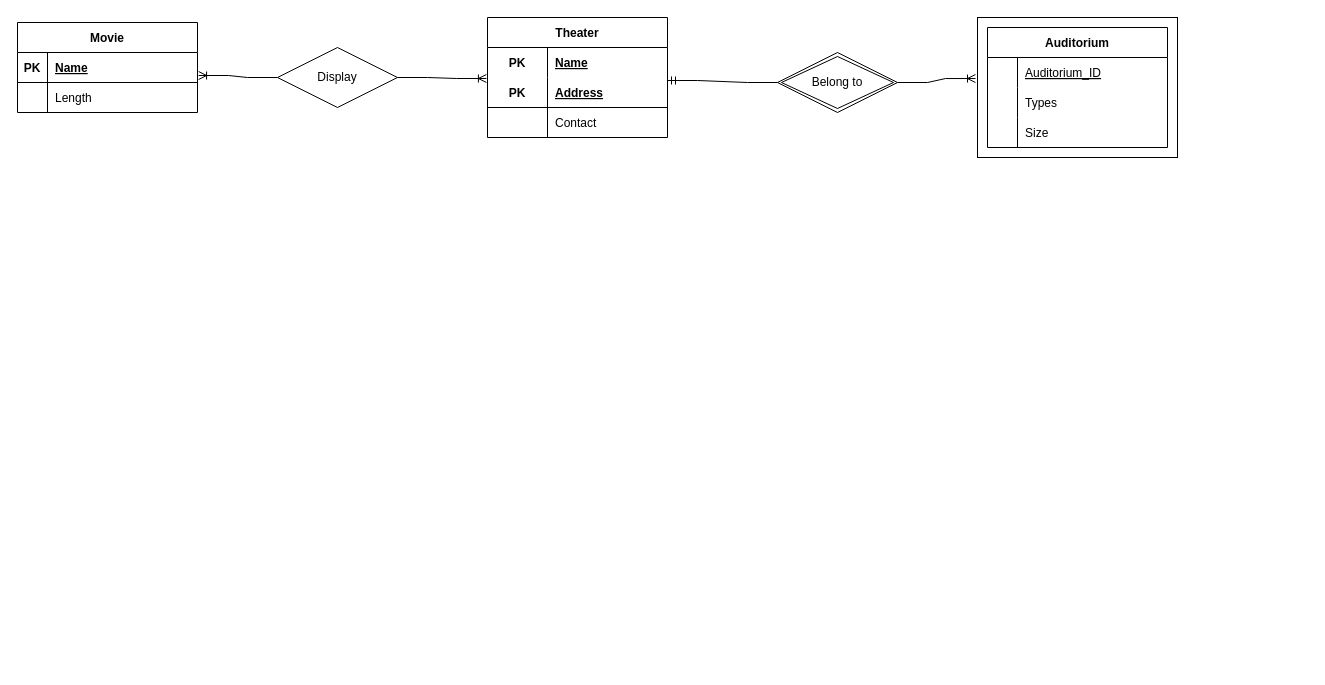
MooMooHorse/MATH221 keeps this draw.io diagram as problem2.drawio. Above is the earlier version. Source tidied: cells renumbered, new cells numbered last; positions are measured from the earlier drawing's top-left corner, leaving out a move shared by most shapes. Both pictures are drawn from the tidied source at 100%, with x=0, y=0 at pixel (17, 17).
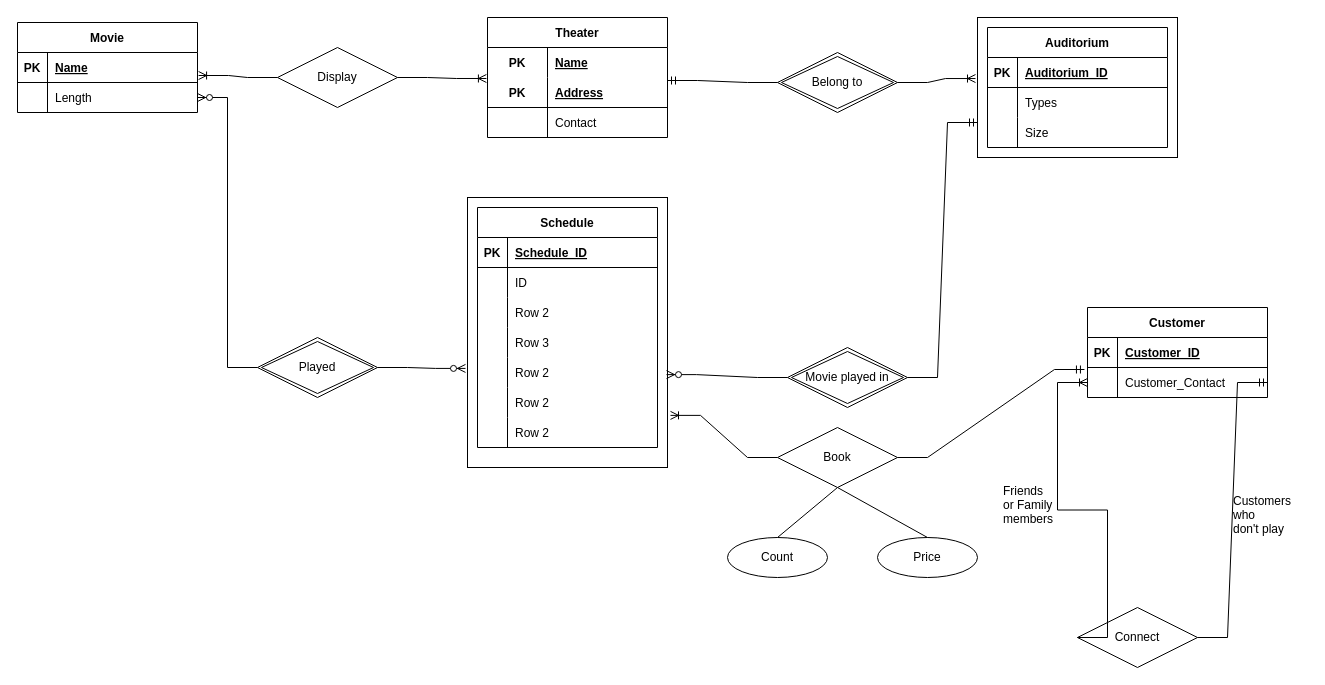
After the change.

The change refers to these unchanged cells:
```xml
<mxCell id="2" style="rounded=0;whiteSpace=wrap;html=1;" parent="1" vertex="1">
  <mxGeometry x="960" width="200" height="140" as="geometry" />
</mxCell>
<mxCell id="18" style="shape=tableRow;horizontal=0;startSize=0;swimlaneHead=0;swimlaneBody=0;fillColor=none;points=[[0,0.5],[1,0.5]];portConstraint=eastwest;top=0;left=0;right=0;bottom=0;" parent="14" vertex="1">
  <mxGeometry y="60" width="180" height="30" as="geometry" />
</mxCell>
```

Diff of the diagram source:
```diff
@@
+    <mxCell id="36" style="rounded=0;whiteSpace=wrap;html=1;" parent="1" vertex="1">
+      <mxGeometry x="450" y="180" width="200" height="270" as="geometry" />
+    </mxCell>
@@
-    <mxCell id="3" value="Auditorium" style="shape=table;startSize=30;childLayout=tableLayout;rowLines=0;fontStyle=1;align=center;" parent="1" vertex="1">
-      <mxGeometry x="970" y="10" width="180" height="120" as="geometry" />
-    </mxCell>
-    <mxCell id="4" style="shape=tableRow;horizontal=0;startSize=0;swimlaneHead=0;swimlaneBody=0;fillColor=none;top=0;left=0;right=0;bottom=0;" parent="3" vertex="1">
-      <mxGeometry y="30" width="180" height="30" as="geometry" />
-    </mxCell>
-    <mxCell id="5" style="shape=partialRectangle;fillColor=none;top=0;left=0;bottom=0;right=0;overflow=hidden;" parent="4" vertex="1">
-      <mxGeometry width="30" height="30" as="geometry" />
-    </mxCell>
-    <mxCell id="6" value="Auditorium_ID" style="shape=partialRectangle;fillColor=none;top=0;left=0;bottom=0;right=0;align=left;spacingLeft=6;overflow=hidden;fontStyle=4;" parent="4" vertex="1">
-      <mxGeometry x="30" width="150" height="30" as="geometry" />
-    </mxCell>
-    <mxCell id="7" style="shape=tableRow;horizontal=0;startSize=0;swimlaneHead=0;swimlaneBody=0;fillColor=none;top=0;left=0;right=0;bottom=0;" parent="3" vertex="1">
-      <mxGeometry y="60" width="180" height="30" as="geometry" />
-    </mxCell>
-    <mxCell id="8" style="shape=partialRectangle;fillColor=none;top=0;left=0;bottom=0;right=0;overflow=hidden;" parent="7" vertex="1">
-      <mxGeometry width="30" height="30" as="geometry" />
-    </mxCell>
-    <mxCell id="9" value="Types" style="shape=partialRectangle;fillColor=none;top=0;left=0;bottom=0;right=0;align=left;spacingLeft=6;overflow=hidden;" parent="7" vertex="1">
-      <mxGeometry x="30" width="150" height="30" as="geometry" />
-    </mxCell>
-    <mxCell id="10" style="shape=tableRow;horizontal=0;startSize=0;swimlaneHead=0;swimlaneBody=0;fillColor=none;top=0;left=0;right=0;bottom=0;" parent="3" vertex="1">
-      <mxGeometry y="90" width="180" height="30" as="geometry" />
-    </mxCell>
-    <mxCell id="11" style="shape=partialRectangle;fillColor=none;top=0;left=0;bottom=0;right=0;overflow=hidden;" parent="10" vertex="1">
-      <mxGeometry width="30" height="30" as="geometry" />
-    </mxCell>
-    <mxCell id="12" value="Size" style="shape=partialRectangle;fillColor=none;top=0;left=0;bottom=0;right=0;align=left;spacingLeft=6;overflow=hidden;" parent="10" vertex="1">
-      <mxGeometry x="30" width="150" height="30" as="geometry" />
-    </mxCell>
@@
+    <mxCell id="37" value="Schedule" style="shape=table;startSize=30;childLayout=tableLayout;rowLines=0;fontStyle=1;align=center;" parent="1" vertex="1">
+      <mxGeometry x="460" y="190" width="180" height="240" as="geometry" />
+    </mxCell>
+    <mxCell id="38" style="shape=tableRow;horizontal=0;startSize=0;swimlaneHead=0;swimlaneBody=0;fillColor=none;top=0;left=0;right=0;bottom=1;" parent="37" vertex="1">
+      <mxGeometry y="30" width="180" height="30" as="geometry" />
+    </mxCell>
+    <mxCell id="39" value="PK" style="shape=partialRectangle;fillColor=none;top=0;left=0;bottom=0;right=0;fontStyle=1;overflow=hidden;" parent="38" vertex="1">
+      <mxGeometry width="30" height="30" as="geometry" />
+    </mxCell>
+    <mxCell id="40" value="Schedule_ID" style="shape=partialRectangle;fillColor=none;top=0;left=0;bottom=0;right=0;align=left;spacingLeft=6;fontStyle=5;overflow=hidden;" parent="38" vertex="1">
+      <mxGeometry x="30" width="150" height="30" as="geometry" />
+    </mxCell>
+    <mxCell id="41" style="shape=tableRow;horizontal=0;startSize=0;swimlaneHead=0;swimlaneBody=0;fillColor=none;top=0;left=0;right=0;bottom=0;" parent="37" vertex="1">
+      <mxGeometry y="60" width="180" height="30" as="geometry" />
+    </mxCell>
+    <mxCell id="42" style="shape=partialRectangle;fillColor=none;top=0;left=0;bottom=0;right=0;overflow=hidden;" parent="41" vertex="1">
+      <mxGeometry width="30" height="30" as="geometry" />
+    </mxCell>
+    <mxCell id="43" value="ID" style="shape=partialRectangle;fillColor=none;top=0;left=0;bottom=0;right=0;align=left;spacingLeft=6;overflow=hidden;" parent="41" vertex="1">
+      <mxGeometry x="30" width="150" height="30" as="geometry" />
+    </mxCell>
+    <mxCell id="44" style="shape=tableRow;horizontal=0;startSize=0;swimlaneHead=0;swimlaneBody=0;fillColor=none;top=0;left=0;right=0;bottom=0;" parent="37" vertex="1">
+      <mxGeometry y="90" width="180" height="30" as="geometry" />
+    </mxCell>
+    <mxCell id="45" style="shape=partialRectangle;fillColor=none;top=0;left=0;bottom=0;right=0;overflow=hidden;" parent="44" vertex="1">
+      <mxGeometry width="30" height="30" as="geometry" />
+    </mxCell>
+    <mxCell id="46" value="Row 2" style="shape=partialRectangle;fillColor=none;top=0;left=0;bottom=0;right=0;align=left;spacingLeft=6;overflow=hidden;" parent="44" vertex="1">
+      <mxGeometry x="30" width="150" height="30" as="geometry" />
+    </mxCell>
+    <mxCell id="47" style="shape=tableRow;horizontal=0;startSize=0;swimlaneHead=0;swimlaneBody=0;fillColor=none;top=0;left=0;right=0;bottom=0;" parent="37" vertex="1">
+      <mxGeometry y="120" width="180" height="30" as="geometry" />
+    </mxCell>
+    <mxCell id="48" style="shape=partialRectangle;fillColor=none;top=0;left=0;bottom=0;right=0;overflow=hidden;" parent="47" vertex="1">
+      <mxGeometry width="30" height="30" as="geometry" />
+    </mxCell>
+    <mxCell id="49" value="Row 3" style="shape=partialRectangle;fillColor=none;top=0;left=0;bottom=0;right=0;align=left;spacingLeft=6;overflow=hidden;" parent="47" vertex="1">
+      <mxGeometry x="30" width="150" height="30" as="geometry" />
+    </mxCell>
+    <mxCell id="50" style="shape=tableRow;horizontal=0;startSize=0;swimlaneHead=0;swimlaneBody=0;fillColor=none;top=0;left=0;right=0;bottom=0;" parent="37" vertex="1">
+      <mxGeometry y="150" width="180" height="30" as="geometry" />
+    </mxCell>
+    <mxCell id="51" style="shape=partialRectangle;fillColor=none;top=0;left=0;bottom=0;right=0;overflow=hidden;" parent="50" vertex="1">
+      <mxGeometry width="30" height="30" as="geometry" />
+    </mxCell>
+    <mxCell id="52" value="Row 2" style="shape=partialRectangle;fillColor=none;top=0;left=0;bottom=0;right=0;align=left;spacingLeft=6;overflow=hidden;" parent="50" vertex="1">
+      <mxGeometry x="30" width="150" height="30" as="geometry" />
+    </mxCell>
+    <mxCell id="53" style="shape=tableRow;horizontal=0;startSize=0;swimlaneHead=0;swimlaneBody=0;fillColor=none;top=0;left=0;right=0;bottom=0;" parent="37" vertex="1">
+      <mxGeometry y="180" width="180" height="30" as="geometry" />
+    </mxCell>
+    <mxCell id="54" style="shape=partialRectangle;fillColor=none;top=0;left=0;bottom=0;right=0;overflow=hidden;" parent="53" vertex="1">
+      <mxGeometry width="30" height="30" as="geometry" />
+    </mxCell>
+    <mxCell id="55" value="Row 2" style="shape=partialRectangle;fillColor=none;top=0;left=0;bottom=0;right=0;align=left;spacingLeft=6;overflow=hidden;" parent="53" vertex="1">
+      <mxGeometry x="30" width="150" height="30" as="geometry" />
+    </mxCell>
+    <mxCell id="56" style="shape=tableRow;horizontal=0;startSize=0;swimlaneHead=0;swimlaneBody=0;fillColor=none;top=0;left=0;right=0;bottom=0;" parent="37" vertex="1">
+      <mxGeometry y="210" width="180" height="30" as="geometry" />
+    </mxCell>
+    <mxCell id="57" style="shape=partialRectangle;fillColor=none;top=0;left=0;bottom=0;right=0;overflow=hidden;" parent="56" vertex="1">
+      <mxGeometry width="30" height="30" as="geometry" />
+    </mxCell>
+    <mxCell id="58" value="Row 2" style="shape=partialRectangle;fillColor=none;top=0;left=0;bottom=0;right=0;align=left;spacingLeft=6;overflow=hidden;" parent="56" vertex="1">
+      <mxGeometry x="30" width="150" height="30" as="geometry" />
+    </mxCell>
+    <mxCell id="3" value="Auditorium" style="shape=table;startSize=30;childLayout=tableLayout;rowLines=0;fontStyle=1;align=center;" parent="1" vertex="1">
+      <mxGeometry x="970" y="10" width="180" height="120" as="geometry" />
+    </mxCell>
+    <mxCell id="59" style="shape=tableRow;horizontal=0;startSize=0;swimlaneHead=0;swimlaneBody=0;fillColor=none;top=0;left=0;right=0;bottom=1;" parent="3" vertex="1">
+      <mxGeometry y="30" width="180" height="30" as="geometry" />
+    </mxCell>
+    <mxCell id="60" value="PK" style="shape=partialRectangle;fillColor=none;top=0;left=0;bottom=0;right=0;fontStyle=1;overflow=hidden;" parent="59" vertex="1">
+      <mxGeometry width="30" height="30" as="geometry" />
+    </mxCell>
+    <mxCell id="6" value="Auditorium_ID" style="shape=partialRectangle;fillColor=none;top=0;left=0;bottom=0;right=0;align=left;spacingLeft=6;fontStyle=5;overflow=hidden;" parent="59" vertex="1">
+      <mxGeometry x="30" width="150" height="30" as="geometry" />
+    </mxCell>
+    <mxCell id="61" style="shape=tableRow;horizontal=0;startSize=0;swimlaneHead=0;swimlaneBody=0;fillColor=none;top=0;left=0;right=0;bottom=0;" parent="3" vertex="1">
+      <mxGeometry y="60" width="180" height="30" as="geometry" />
+    </mxCell>
+    <mxCell id="62" style="shape=partialRectangle;fillColor=none;top=0;left=0;bottom=0;right=0;overflow=hidden;" parent="61" vertex="1">
+      <mxGeometry width="30" height="30" as="geometry" />
+    </mxCell>
+    <mxCell id="9" value="Types" style="shape=partialRectangle;fillColor=none;top=0;left=0;bottom=0;right=0;align=left;spacingLeft=6;overflow=hidden;" parent="61" vertex="1">
+      <mxGeometry x="30" width="150" height="30" as="geometry" />
+    </mxCell>
+    <mxCell id="63" style="shape=tableRow;horizontal=0;startSize=0;swimlaneHead=0;swimlaneBody=0;fillColor=none;top=0;left=0;right=0;bottom=0;" parent="3" vertex="1">
+      <mxGeometry y="90" width="180" height="30" as="geometry" />
+    </mxCell>
+    <mxCell id="64" style="shape=partialRectangle;fillColor=none;top=0;left=0;bottom=0;right=0;overflow=hidden;" parent="63" vertex="1">
+      <mxGeometry width="30" height="30" as="geometry" />
+    </mxCell>
+    <mxCell id="12" value="Size" style="shape=partialRectangle;fillColor=none;top=0;left=0;bottom=0;right=0;align=left;spacingLeft=6;overflow=hidden;" parent="63" vertex="1">
+      <mxGeometry x="30" width="150" height="30" as="geometry" />
+    </mxCell>
+    <mxCell id="65" value="Played" style="shape=rhombus;double=1;perimeter=rhombusPerimeter;whiteSpace=wrap;html=1;align=center;" parent="1" vertex="1">
+      <mxGeometry x="240" y="320" width="120" height="60" as="geometry" />
+    </mxCell>
+    <mxCell id="66" style="edgeStyle=entityRelationEdgeStyle;fontSize=12;html=1;endArrow=ERzeroToMany;endFill=1;rounded=0;exitX=0;exitY=0.5;exitDx=0;exitDy=0;entryX=1;entryY=0.5;entryDx=0;entryDy=0;" parent="1" edge="1" source="65" target="18">
+      <mxGeometry relative="1" as="geometry" />
+    </mxCell>
+    <mxCell id="67" style="edgeStyle=entityRelationEdgeStyle;fontSize=12;html=1;endArrow=ERzeroToMany;endFill=1;rounded=0;exitX=1;exitY=0.5;exitDx=0;exitDy=0;entryX=-0.01;entryY=0.633;entryDx=0;entryDy=0;entryPerimeter=0;" parent="1" edge="1" source="65" target="36">
+      <mxGeometry relative="1" as="geometry" />
+    </mxCell>
+    <mxCell id="68" value="Movie played in" style="shape=rhombus;double=1;perimeter=rhombusPerimeter;whiteSpace=wrap;html=1;align=center;" parent="1" vertex="1">
+      <mxGeometry x="770" y="330" width="120" height="60" as="geometry" />
+    </mxCell>
+    <mxCell id="69" style="edgeStyle=entityRelationEdgeStyle;fontSize=12;html=1;endArrow=ERzeroToMany;endFill=1;rounded=0;exitX=0;exitY=0.5;exitDx=0;exitDy=0;entryX=0.995;entryY=0.656;entryDx=0;entryDy=0;entryPerimeter=0;" parent="1" edge="1" source="68" target="36">
+      <mxGeometry relative="1" as="geometry" />
+    </mxCell>
+    <mxCell id="70" style="edgeStyle=entityRelationEdgeStyle;fontSize=12;html=1;endArrow=ERmandOne;rounded=0;exitX=1;exitY=0.5;exitDx=0;exitDy=0;entryX=0;entryY=0.75;entryDx=0;entryDy=0;" parent="1" edge="1" source="68" target="2">
+      <mxGeometry relative="1" as="geometry" />
+    </mxCell>
+    <mxCell id="71" value="Customer" style="shape=table;startSize=30;childLayout=tableLayout;rowLines=0;fontStyle=1;align=center;" parent="1" vertex="1">
+      <mxGeometry x="1070" y="290" width="180" height="90" as="geometry" />
+    </mxCell>
+    <mxCell id="72" style="shape=tableRow;horizontal=0;startSize=0;swimlaneHead=0;swimlaneBody=0;fillColor=none;top=0;left=0;right=0;bottom=1;" parent="71" vertex="1">
+      <mxGeometry y="30" width="180" height="30" as="geometry" />
+    </mxCell>
+    <mxCell id="73" value="PK" style="shape=partialRectangle;fillColor=none;top=0;left=0;bottom=0;right=0;fontStyle=1;overflow=hidden;" parent="72" vertex="1">
+      <mxGeometry width="30" height="30" as="geometry" />
+    </mxCell>
+    <mxCell id="74" value="Customer_ID" style="shape=partialRectangle;fillColor=none;top=0;left=0;bottom=0;right=0;align=left;spacingLeft=6;fontStyle=5;overflow=hidden;" parent="72" vertex="1">
+      <mxGeometry x="30" width="150" height="30" as="geometry" />
+    </mxCell>
+    <mxCell id="75" style="shape=tableRow;horizontal=0;startSize=0;swimlaneHead=0;swimlaneBody=0;fillColor=none;points=[[0,0.5],[1,0.5]];portConstraint=eastwest;top=0;left=0;right=0;bottom=0;" parent="71" vertex="1">
+      <mxGeometry y="60" width="180" height="30" as="geometry" />
+    </mxCell>
+    <mxCell id="76" style="shape=partialRectangle;fillColor=none;top=0;left=0;bottom=0;right=0;overflow=hidden;" parent="75" vertex="1">
+      <mxGeometry width="30" height="30" as="geometry" />
+    </mxCell>
+    <mxCell id="77" value="Customer_Contact" style="shape=partialRectangle;fillColor=none;top=0;left=0;bottom=0;right=0;align=left;spacingLeft=6;overflow=hidden;" parent="75" vertex="1">
+      <mxGeometry x="30" width="150" height="30" as="geometry" />
+    </mxCell>
+    <mxCell id="78" value="Book" style="shape=rhombus;perimeter=rhombusPerimeter;whiteSpace=wrap;html=1;align=center;" parent="1" vertex="1">
+      <mxGeometry x="760" y="410" width="120" height="60" as="geometry" />
+    </mxCell>
+    <mxCell id="79" style="edgeStyle=entityRelationEdgeStyle;fontSize=12;html=1;endArrow=ERoneToMany;rounded=0;exitX=0;exitY=0.5;exitDx=0;exitDy=0;entryX=1.015;entryY=0.807;entryDx=0;entryDy=0;entryPerimeter=0;" parent="1" edge="1" source="78" target="36">
+      <mxGeometry relative="1" as="geometry" />
+    </mxCell>
+    <mxCell id="80" style="edgeStyle=entityRelationEdgeStyle;fontSize=12;html=1;endArrow=ERmandOne;rounded=0;exitX=1;exitY=0.5;exitDx=0;exitDy=0;entryX=-0.017;entryY=0.067;entryDx=0;entryDy=0;entryPerimeter=0;" parent="1" edge="1" source="78" target="75">
+      <mxGeometry relative="1" as="geometry" />
+    </mxCell>
+    <mxCell id="81" value="Count" style="ellipse;whiteSpace=wrap;html=1;align=center;" parent="1" vertex="1">
+      <mxGeometry x="710" y="520" width="100" height="40" as="geometry" />
+    </mxCell>
+    <mxCell id="82" value="Price" style="ellipse;whiteSpace=wrap;html=1;align=center;" parent="1" vertex="1">
+      <mxGeometry x="860" y="520" width="100" height="40" as="geometry" />
+    </mxCell>
+    <mxCell id="83" style="endArrow=none;html=1;rounded=0;exitX=0.5;exitY=1;exitDx=0;exitDy=0;entryX=0.5;entryY=0;entryDx=0;entryDy=0;" parent="1" edge="1" source="78" target="81">
+      <mxGeometry relative="1" as="geometry" />
+    </mxCell>
+    <mxCell id="84" style="endArrow=none;html=1;rounded=0;exitX=0.5;exitY=1;exitDx=0;exitDy=0;entryX=0.5;entryY=0;entryDx=0;entryDy=0;" parent="1" edge="1" source="78" target="82">
+      <mxGeometry relative="1" as="geometry" />
+    </mxCell>
+    <mxCell id="85" value="Connect" style="shape=rhombus;perimeter=rhombusPerimeter;whiteSpace=wrap;html=1;align=center;" parent="1" vertex="1">
+      <mxGeometry x="1060" y="590" width="120" height="60" as="geometry" />
+    </mxCell>
+    <mxCell id="86" value="Friends &#10;or Family&#10;members" style="text;strokeColor=none;fillColor=none;spacingLeft=4;spacingRight=4;overflow=hidden;fontSize=12;" parent="1" vertex="1">
+      <mxGeometry x="980" y="460" width="60" height="60" as="geometry" />
+    </mxCell>
+    <mxCell id="87" value="Customers &#10;who &#10;don't play" style="text;strokeColor=none;fillColor=none;spacingLeft=4;spacingRight=4;overflow=hidden;fontSize=12;" parent="1" vertex="1">
+      <mxGeometry x="1210" y="470" width="80" height="60" as="geometry" />
+    </mxCell>
+    <mxCell id="88" style="edgeStyle=entityRelationEdgeStyle;fontSize=12;html=1;endArrow=ERmandOne;rounded=0;exitX=1;exitY=0.5;exitDx=0;exitDy=0;entryX=1;entryY=0.5;entryDx=0;entryDy=0;" parent="1" edge="1" source="85" target="75">
+      <mxGeometry relative="1" as="geometry" />
+    </mxCell>
+    <mxCell id="89" style="edgeStyle=entityRelationEdgeStyle;fontSize=12;html=1;endArrow=ERoneToMany;rounded=0;exitX=0;exitY=0.5;exitDx=0;exitDy=0;entryX=0;entryY=0.5;entryDx=0;entryDy=0;" parent="1" edge="1" source="85" target="75">
+      <mxGeometry relative="1" as="geometry" />
+    </mxCell>
```
